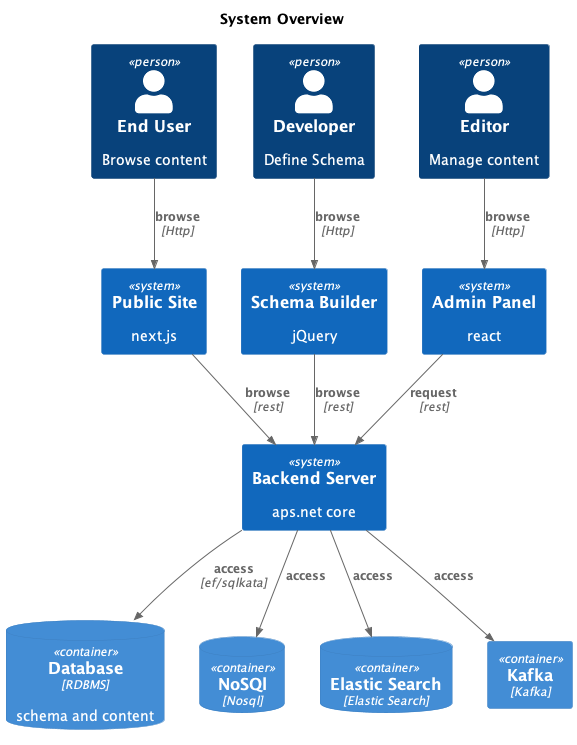
Above: doc/diagrams/overview.png in vpstarweb/formcms (PlantUML), before the change.
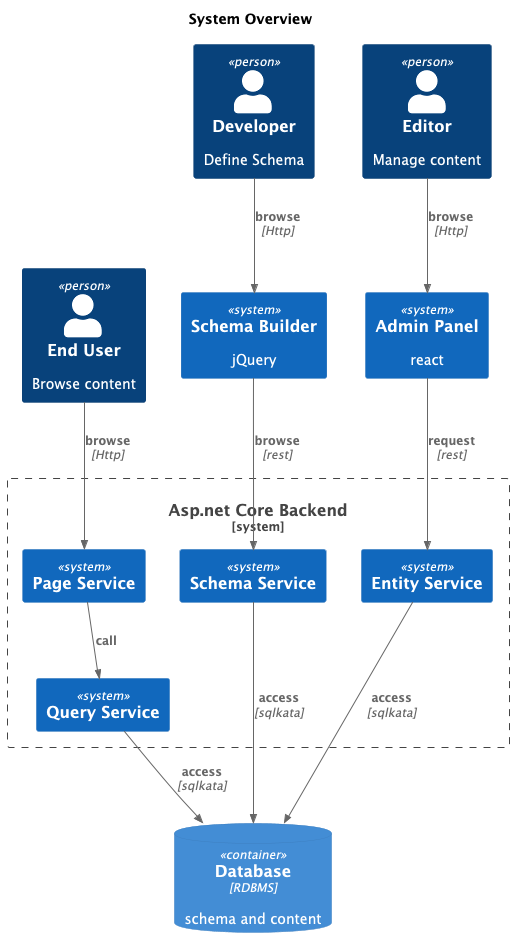
Later version of the same file.

Change to the diagram source:
```diff
@@ -8,25 +8,27 @@
 
 System(schema_builder, "Schema Builder", "jQuery")
 System(admin_panel, "Admin Panel", "react")
-System(public_site, "Public Site", "next.js")
-System(backend_server, "Backend Server", "aps.net core")
+
+System_Boundary(webApp,"Asp.net Core Backend"){
+    System(schemaService, "Schema Service", "")
+    System(entityService, "Entity Service", "")
+    System(queryService, "Query Service", "")
+    System(pageService, "Page Service", "")
+}
 
 ContainerDb(db, "Database", "RDBMS", "schema and content")
-ContainerDb(nosql, "NoSQl", "Nosql", "")
-ContainerDb(elasticSearch, "Elastic Search", "Elastic Search", "")
-Container(kafka, "Kafka", "Kafka", "")
 
 
-Rel(end_user, public_site, "browse", "Http")
+Rel(end_user, pageService, "browse", "Http")
 Rel(developer, schema_builder, "browse", "Http")
 Rel(editor, admin_panel, "browse", "Http")
 
-Rel(admin_panel, backend_server, "request", "rest")
-Rel(public_site, backend_server, "browse", "rest")
-Rel(schema_builder, backend_server, "browse", "rest")
+Rel(admin_panel, entityService, "request", "rest")
+Rel(schema_builder, schemaService, "browse", "rest")
 
-Rel(backend_server, db, "access", "ef/sqlkata")
-Rel(backend_server, nosql, "access", "")
-Rel(backend_server, elasticSearch, "access", "")
-Rel(backend_server, kafka, "access", "")
+Rel(pageService, queryService, "call", "")
+
+Rel(schemaService, db, "access", "sqlkata")
+Rel(entityService, db, "access", "sqlkata")
+Rel(queryService, db, "access", "sqlkata")
 @enduml
```
